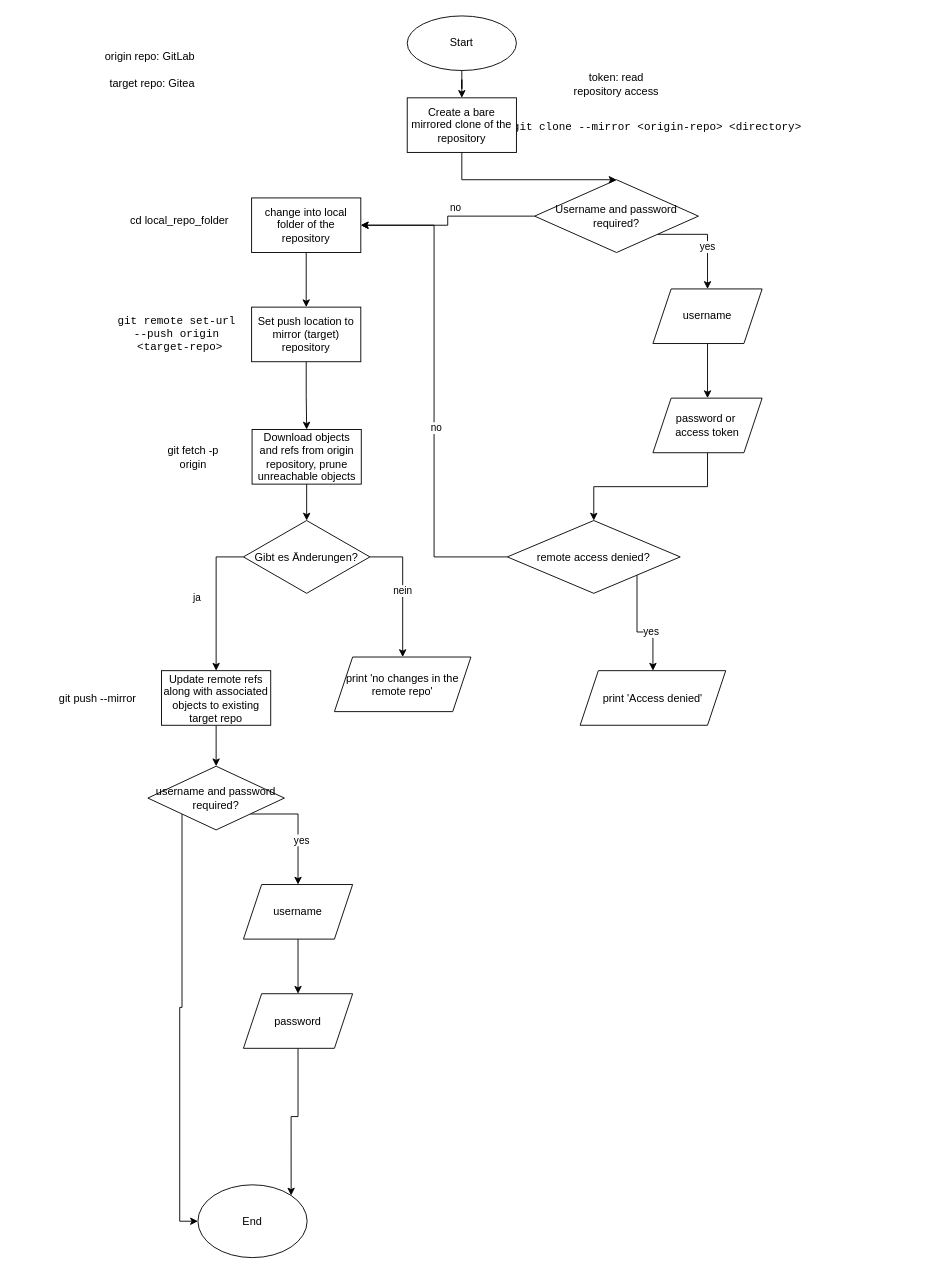
This is flowchart/git-mirror.drawio from raphi-tech/git-mirror, a draw.io file, before an edit. Source tidied: cells renumbered, new cells numbered last; positions are measured from the earlier drawing's top-left corner, leaving out a move shared by most shapes. Both pictures are drawn from the tidied source at 91%, with x=0, y=0 at pixel (52, 15).
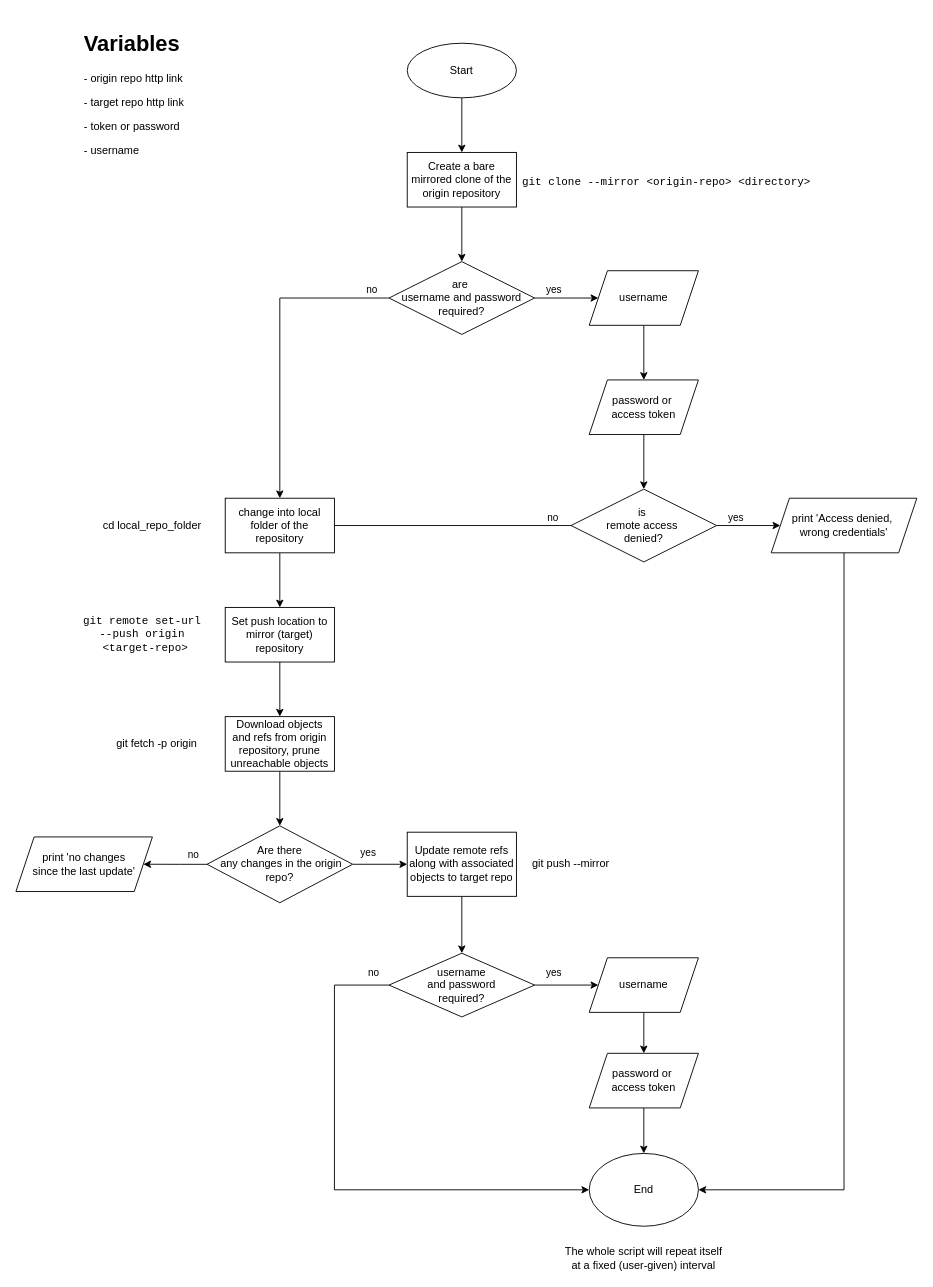
After the change.

The edit, as a diff of the source:
```diff
@@
     <mxCell id="3" value="Start" style="ellipse;whiteSpace=wrap;html=1;" parent="1" vertex="1">
-      <mxGeometry x="390" width="120" height="60" as="geometry" />
+      <mxGeometry x="390" y="30" width="120" height="60" as="geometry" />
     </mxCell>
@@
-    <mxCell id="5" value="Download objects and refs from origin repository, prune unreachable objects" style="rounded=0;whiteSpace=wrap;html=1;" parent="1" vertex="1">
-      <mxGeometry x="219.5" y="454.5" width="120" height="60" as="geometry" />
+    <mxCell id="5" value="&lt;div&gt;Download objects&lt;/div&gt;&lt;div&gt;and refs from origin repository, prune unreachable objects&lt;/div&gt;" style="rounded=0;whiteSpace=wrap;html=1;" parent="1" vertex="1">
+      <mxGeometry x="190" y="770" width="120" height="60" as="geometry" />
     </mxCell>
@@
     <mxCell id="7" value="username" style="shape=parallelogram;perimeter=parallelogramPerimeter;whiteSpace=wrap;html=1;fixedSize=1;" parent="1" vertex="1">
-      <mxGeometry x="660" y="300" width="120" height="60" as="geometry" />
+      <mxGeometry x="590" y="280" width="120" height="60" as="geometry" />
     </mxCell>
-    <mxCell id="8" style="edgeStyle=orthogonalEdgeStyle;rounded=0;jettySize=auto;html=1;entryX=0.5;entryY=0;entryDx=0;entryDy=0;" parent="1" edge="1" source="9" target="14">
+    <mxCell id="8" style="edgeStyle=orthogonalEdgeStyle;rounded=0;jettySize=auto;html=1;" parent="1" edge="1" source="9" target="14">
       <mxGeometry relative="1" as="geometry" />
     </mxCell>
     <mxCell id="9" value="&lt;div&gt;password or&amp;nbsp;&lt;/div&gt;&lt;div&gt;access token&lt;/div&gt;" style="shape=parallelogram;perimeter=parallelogramPerimeter;whiteSpace=wrap;html=1;fixedSize=1;" parent="1" vertex="1">
-      <mxGeometry x="660" y="420" width="120" height="60" as="geometry" />
+      <mxGeometry x="590" y="400" width="120" height="60" as="geometry" />
     </mxCell>
-    <mxCell id="10" style="edgeStyle=orthogonalEdgeStyle;rounded=0;jettySize=auto;html=1;exitX=1;exitY=1;exitDx=0;exitDy=0;" parent="1" edge="1" source="14" target="20">
+    <mxCell id="10" style="edgeStyle=orthogonalEdgeStyle;rounded=0;jettySize=auto;html=1;exitX=1;exitY=0.5;exitDx=0;exitDy=0;" parent="1" edge="1" source="14" target="20">
       <mxGeometry relative="1" as="geometry" />
     </mxCell>
     <mxCell id="11" value="yes" style="edgeLabel;html=1;align=center;verticalAlign=middle;" parent="10" vertex="1">
-      <mxGeometry x="0.26" y="1" relative="1" as="geometry" />
+      <mxGeometry x="0.26" y="1" relative="1" as="geometry">
+        <mxPoint x="-24" y="-9" as="offset" />
+      </mxGeometry>
     </mxCell>
-    <mxCell id="12" style="edgeStyle=orthogonalEdgeStyle;rounded=0;jettySize=auto;html=1;exitX=0;exitY=0.5;exitDx=0;exitDy=0;entryX=1;entryY=0.5;entryDx=0;entryDy=0;" parent="1" edge="1" source="14" target="32">
-      <mxGeometry relative="1" as="geometry" />
+    <mxCell id="12" style="edgeStyle=orthogonalEdgeStyle;rounded=0;jettySize=auto;html=1;exitX=0;exitY=0.5;exitDx=0;exitDy=0;entryX=0.75;entryY=1;entryDx=0;entryDy=0;" parent="1" edge="1" source="14" target="32">
+      <mxGeometry relative="1" as="geometry">
+        <Array as="points">
+          <mxPoint x="280" y="560" />
+        </Array>
+      </mxGeometry>
     </mxCell>
     <mxCell id="13" value="no" style="edgeLabel;html=1;align=center;verticalAlign=middle;" parent="12" vertex="1">
-      <mxGeometry x="-0.15" y="-2" relative="1" as="geometry" />
+      <mxGeometry x="-0.15" y="-2" relative="1" as="geometry">
+        <mxPoint x="115" y="-8" as="offset" />
+      </mxGeometry>
     </mxCell>
-    <mxCell id="14" value="remote access denied?" style="rhombus;whiteSpace=wrap;html=1;" parent="1" vertex="1">
-      <mxGeometry x="500" y="554.5" width="190" height="80" as="geometry" />
+    <mxCell id="14" value="&lt;div&gt;is&amp;nbsp;&lt;/div&gt;&lt;div&gt;remote access&amp;nbsp;&lt;/div&gt;&lt;div&gt;denied?&lt;/div&gt;" style="rhombus;whiteSpace=wrap;html=1;" parent="1" vertex="1">
+      <mxGeometry x="570" y="520" width="160" height="80" as="geometry" />
     </mxCell>
-    <mxCell id="15" style="edgeStyle=orthogonalEdgeStyle;rounded=0;jettySize=auto;html=1;exitX=1;exitY=1;exitDx=0;exitDy=0;" parent="1" edge="1" source="19" target="7">
+    <mxCell id="15" style="edgeStyle=orthogonalEdgeStyle;rounded=0;jettySize=auto;html=1;exitX=1;exitY=0.5;exitDx=0;exitDy=0;entryX=0;entryY=0.5;entryDx=0;entryDy=0;" parent="1" edge="1" source="19" target="7">
       <mxGeometry relative="1" as="geometry">
         <Array as="points">
-          <mxPoint x="720" y="240" />
+          <mxPoint x="600" y="310" />
+          <mxPoint x="600" y="310" />
         </Array>
       </mxGeometry>
     </mxCell>
     <mxCell id="16" value="yes" style="edgeLabel;html=1;align=center;verticalAlign=middle;" parent="15" vertex="1">
-      <mxGeometry x="0.18" y="-1" relative="1" as="geometry" />
+      <mxGeometry x="0.18" y="-1" relative="1" as="geometry">
+        <mxPoint x="-21" y="-11" as="offset" />
+      </mxGeometry>
     </mxCell>
-    <mxCell id="17" style="edgeStyle=orthogonalEdgeStyle;rounded=0;jettySize=auto;html=1;exitX=0;exitY=0.5;exitDx=0;exitDy=0;entryX=1;entryY=0.5;entryDx=0;entryDy=0;" parent="1" edge="1" source="19" target="32">
+    <mxCell id="17" style="edgeStyle=orthogonalEdgeStyle;rounded=0;jettySize=auto;html=1;" parent="1" edge="1" source="19" target="32">
       <mxGeometry relative="1" as="geometry" />
     </mxCell>
-    <mxCell id="18" value="no" style="edgeLabel;html=1;align=center;verticalAlign=middle;" parent="17" vertex="1">
-      <mxGeometry x="-0.21" y="5" relative="1" as="geometry">
-        <mxPoint x="-9" y="-15" as="offset" />
-      </mxGeometry>
-    </mxCell>
+    <mxCell id="51" value="&lt;div&gt;no&lt;/div&gt;" style="edgeLabel;html=1;align=center;verticalAlign=middle;" parent="17" vertex="1">
+      <mxGeometry x="-0.26" y="-1" relative="1" as="geometry">
+        <mxPoint x="101" y="-16" as="offset" />
+      </mxGeometry>
+    </mxCell>
-    <mxCell id="19" value="Username and password required?" style="rhombus;whiteSpace=wrap;html=1;" parent="1" vertex="1">
-      <mxGeometry x="530" y="180" width="180" height="80" as="geometry" />
+    <mxCell id="19" value="&lt;div&gt;are&amp;nbsp;&lt;/div&gt;&lt;div&gt;username and password required?&lt;/div&gt;" style="rhombus;whiteSpace=wrap;html=1;" parent="1" vertex="1">
+      <mxGeometry x="370" y="270" width="160" height="80" as="geometry" />
     </mxCell>
+    <mxCell id="52" style="edgeStyle=orthogonalEdgeStyle;rounded=0;jettySize=auto;html=1;entryX=1;entryY=0.5;entryDx=0;entryDy=0;exitX=0.5;exitY=1;exitDx=0;exitDy=0;" parent="1" edge="1" source="20" target="45">
+      <mxGeometry relative="1" as="geometry">
+        <Array as="points">
+          <mxPoint x="870" y="1290" />
+        </Array>
+      </mxGeometry>
+    </mxCell>
-    <mxCell id="20" value="print 'Access denied'" style="shape=parallelogram;perimeter=parallelogramPerimeter;whiteSpace=wrap;html=1;fixedSize=1;" parent="1" vertex="1">
-      <mxGeometry x="580" y="719.5" width="160" height="60" as="geometry" />
+    <mxCell id="20" value="&lt;div&gt;print 'Access denied,&amp;nbsp;&lt;/div&gt;&lt;div&gt;wrong credentials'&lt;/div&gt;" style="shape=parallelogram;perimeter=parallelogramPerimeter;whiteSpace=wrap;html=1;fixedSize=1;" parent="1" vertex="1">
+      <mxGeometry x="790" y="530" width="160" height="60" as="geometry" />
     </mxCell>
-    <mxCell id="21" value="origin repo: GitLab" style="text;html=1;align=center;verticalAlign=middle;whiteSpace=wrap;rounded=0;" parent="1" vertex="1">
-      <mxGeometry x="40" y="30" width="135" height="30" as="geometry" />
-    </mxCell>
-    <mxCell id="22" value="target repo: Gitea" style="text;html=1;align=center;verticalAlign=middle;whiteSpace=wrap;rounded=0;" parent="1" vertex="1">
-      <mxGeometry x="50" y="60" width="120" height="30" as="geometry" />
-    </mxCell>
     <mxCell id="23" value="git fetch -p origin" style="text;html=1;align=center;verticalAlign=middle;whiteSpace=wrap;rounded=0;" parent="1" vertex="1">
-      <mxGeometry x="110" y="469.5" width="90" height="30" as="geometry" />
+      <mxGeometry x="60" y="785" width="110" height="30" as="geometry" />
     </mxCell>
-    <mxCell id="24" style="edgeStyle=orthogonalEdgeStyle;rounded=0;jettySize=auto;html=1;exitX=0;exitY=0.5;exitDx=0;exitDy=0;entryX=0.5;entryY=0;entryDx=0;entryDy=0;" parent="1" edge="1" source="27" target="35">
-      <mxGeometry relative="1" as="geometry">
-        <Array as="points">
-          <mxPoint x="180" y="594" />
-        </Array>
-      </mxGeometry>
-    </mxCell>
-    <mxCell id="25" value="ja" style="edgeLabel;html=1;align=center;verticalAlign=middle;" parent="24" vertex="1">
-      <mxGeometry x="-0.21" y="-3" relative="1" as="geometry">
-        <mxPoint x="-19" y="13" as="offset" />
-      </mxGeometry>
-    </mxCell>
-    <mxCell id="26" value="nein" style="edgeStyle=orthogonalEdgeStyle;rounded=0;jettySize=auto;html=1;exitX=1;exitY=0.5;exitDx=0;exitDy=0;entryX=0.5;entryY=0;entryDx=0;entryDy=0;" parent="1" edge="1" source="27" target="28">
-      <mxGeometry relative="1" as="geometry" />
+    <mxCell id="26" value="yes" style="edgeStyle=orthogonalEdgeStyle;rounded=0;jettySize=auto;html=1;exitX=1;exitY=0.5;exitDx=0;exitDy=0;entryX=0;entryY=0.5;entryDx=0;entryDy=0;" parent="1" edge="1" source="27" target="35">
+      <mxGeometry x="-0.43" y="12" relative="1" as="geometry" />
     </mxCell>
+    <mxCell id="53" style="edgeStyle=orthogonalEdgeStyle;rounded=0;jettySize=auto;html=1;" parent="1" edge="1" source="27" target="57">
+      <mxGeometry relative="1" as="geometry" />
+    </mxCell>
+    <mxCell id="54" value="no" style="edgeLabel;html=1;align=center;verticalAlign=middle;" parent="53" vertex="1">
+      <mxGeometry x="-0.24" y="-1" relative="1" as="geometry">
+        <mxPoint x="11" y="-10" as="offset" />
+      </mxGeometry>
+    </mxCell>
-    <mxCell id="27" value="Gibt es Änderungen?" style="rhombus;whiteSpace=wrap;html=1;" parent="1" vertex="1">
-      <mxGeometry x="210" y="554.5" width="139" height="80" as="geometry" />
+    <mxCell id="27" value="&lt;div&gt;Are there&lt;/div&gt;&lt;div&gt;&amp;nbsp;any&amp;nbsp;changes in the origin&lt;/div&gt;&lt;div&gt;repo?&lt;/div&gt;" style="rhombus;whiteSpace=wrap;html=1;" parent="1" vertex="1">
+      <mxGeometry x="170" y="890" width="160" height="84.5" as="geometry" />
     </mxCell>
-    <mxCell id="28" value="print 'no changes in the remote repo'" style="shape=parallelogram;perimeter=parallelogramPerimeter;whiteSpace=wrap;html=1;fixedSize=1;" parent="1" vertex="1">
-      <mxGeometry x="310" y="704.5" width="150" height="60" as="geometry" />
-    </mxCell>
@@
     <mxCell id="30" value="Set push location to mirror (target) repository" style="rounded=0;whiteSpace=wrap;html=1;" parent="1" vertex="1">
-      <mxGeometry x="219" y="320" width="120" height="60" as="geometry" />
+      <mxGeometry x="190" y="650" width="120" height="60" as="geometry" />
     </mxCell>
@@
     <mxCell id="32" value="change into local folder of the repository" style="rounded=0;whiteSpace=wrap;html=1;" parent="1" vertex="1">
-      <mxGeometry x="219" y="200" width="120" height="60" as="geometry" />
+      <mxGeometry x="190" y="530" width="120" height="60" as="geometry" />
     </mxCell>
     <mxCell id="33" value="cd local_repo_folder" style="text;html=1;align=center;verticalAlign=middle;whiteSpace=wrap;rounded=0;" parent="1" vertex="1">
-      <mxGeometry x="80" y="210" width="120" height="30" as="geometry" />
+      <mxGeometry x="50" y="545" width="120" height="30" as="geometry" />
     </mxCell>
@@
-    <mxCell id="35" value="Update remote refs along with associated objects to existing target repo" style="rounded=0;whiteSpace=wrap;html=1;" parent="1" vertex="1">
-      <mxGeometry x="120" y="719.5" width="120" height="60" as="geometry" />
+    <mxCell id="35" value="Update remote refs along with associated objects to target repo" style="rounded=0;whiteSpace=wrap;html=1;" parent="1" vertex="1">
+      <mxGeometry x="390" y="897" width="120" height="70.5" as="geometry" />
     </mxCell>
     <mxCell id="36" value="&lt;div&gt;git push --mirror&lt;/div&gt;" style="text;html=1;align=center;verticalAlign=middle;whiteSpace=wrap;rounded=0;" parent="1" vertex="1">
-      <mxGeometry y="734.5" width="100" height="30" as="geometry" />
+      <mxGeometry x="520" y="917.2" width="100" height="30" as="geometry" />
     </mxCell>
-    <mxCell id="37" style="edgeStyle=orthogonalEdgeStyle;rounded=0;jettySize=auto;html=1;exitX=1;exitY=1;exitDx=0;exitDy=0;" parent="1" edge="1" source="40" target="42">
+    <mxCell id="37" style="edgeStyle=orthogonalEdgeStyle;rounded=0;jettySize=auto;html=1;exitX=1;exitY=0.5;exitDx=0;exitDy=0;" parent="1" edge="1" source="40" target="42">
       <mxGeometry relative="1" as="geometry">
         <Array as="points">
-          <mxPoint x="270" y="877.5" />
+          <mxPoint x="570" y="1065" />
+          <mxPoint x="570" y="1065" />
         </Array>
       </mxGeometry>
     </mxCell>
     <mxCell id="38" value="yes" style="edgeLabel;html=1;align=center;verticalAlign=middle;" parent="37" vertex="1">
-      <mxGeometry x="0.25" y="3" relative="1" as="geometry" />
+      <mxGeometry x="0.25" y="3" relative="1" as="geometry">
+        <mxPoint x="-24" y="-12" as="offset" />
+      </mxGeometry>
     </mxCell>
-    <mxCell id="39" style="edgeStyle=orthogonalEdgeStyle;rounded=0;jettySize=auto;html=1;exitX=0;exitY=1;exitDx=0;exitDy=0;entryX=0;entryY=0.5;entryDx=0;entryDy=0;" parent="1" edge="1" source="40" target="45">
-      <mxGeometry relative="1" as="geometry" />
+    <mxCell id="39" style="edgeStyle=orthogonalEdgeStyle;rounded=0;jettySize=auto;html=1;exitX=0;exitY=0.5;exitDx=0;exitDy=0;entryX=0;entryY=0.5;entryDx=0;entryDy=0;" parent="1" edge="1" source="40" target="45">
+      <mxGeometry relative="1" as="geometry">
+        <Array as="points">
+          <mxPoint x="310" y="1065" />
+          <mxPoint x="310" y="1290" />
+        </Array>
+      </mxGeometry>
     </mxCell>
+    <mxCell id="55" value="no" style="edgeLabel;html=1;align=center;verticalAlign=middle;" parent="39" vertex="1">
+      <mxGeometry x="-0.88" y="-2" relative="1" as="geometry">
+        <mxPoint x="16" y="-13" as="offset" />
+      </mxGeometry>
+    </mxCell>
-    <mxCell id="40" value="username and password required?" style="rhombus;whiteSpace=wrap;html=1;" parent="1" vertex="1">
-      <mxGeometry x="105" y="824.5" width="150" height="70" as="geometry" />
+    <mxCell id="40" value="&lt;div&gt;username&lt;/div&gt;&lt;div&gt;and password&lt;/div&gt;&lt;div&gt;required?&lt;/div&gt;" style="rhombus;whiteSpace=wrap;html=1;" parent="1" vertex="1">
+      <mxGeometry x="370" y="1030" width="160" height="70" as="geometry" />
     </mxCell>
@@
     <mxCell id="42" value="username" style="shape=parallelogram;perimeter=parallelogramPerimeter;whiteSpace=wrap;html=1;fixedSize=1;" parent="1" vertex="1">
-      <mxGeometry x="210" y="954.5" width="120" height="60" as="geometry" />
+      <mxGeometry x="590" y="1035" width="120" height="60" as="geometry" />
     </mxCell>
-    <mxCell id="43" style="edgeStyle=orthogonalEdgeStyle;rounded=0;jettySize=auto;html=1;entryX=1;entryY=0;entryDx=0;entryDy=0;" parent="1" edge="1" source="44" target="45">
+    <mxCell id="43" style="edgeStyle=orthogonalEdgeStyle;rounded=0;jettySize=auto;html=1;entryX=0.5;entryY=0;entryDx=0;entryDy=0;exitX=0.5;exitY=1;exitDx=0;exitDy=0;" parent="1" edge="1" source="44" target="45">
       <mxGeometry relative="1" as="geometry" />
     </mxCell>
-    <mxCell id="44" value="password" style="shape=parallelogram;perimeter=parallelogramPerimeter;whiteSpace=wrap;html=1;fixedSize=1;" parent="1" vertex="1">
-      <mxGeometry x="210" y="1074.5" width="120" height="60" as="geometry" />
+    <mxCell id="44" value="&lt;div&gt;password or&amp;nbsp;&lt;/div&gt;&lt;div&gt;access token&lt;/div&gt;" style="shape=parallelogram;perimeter=parallelogramPerimeter;whiteSpace=wrap;html=1;fixedSize=1;" parent="1" vertex="1">
+      <mxGeometry x="590" y="1140" width="120" height="60" as="geometry" />
     </mxCell>
     <mxCell id="45" value="End" style="ellipse;whiteSpace=wrap;html=1;" parent="1" vertex="1">
-      <mxGeometry x="160" y="1284.5" width="120" height="80" as="geometry" />
+      <mxGeometry x="590" y="1250" width="120" height="80" as="geometry" />
     </mxCell>
     <mxCell id="46" value="&lt;pre&gt;&lt;code class=&quot;hljs language-shell&quot;&gt;git clone --mirror &amp;lt;origin-repo&amp;gt; &lt;/code&gt;&amp;lt;directory&amp;gt;&lt;/pre&gt;" style="text;html=1;align=center;verticalAlign=middle;whiteSpace=wrap;rounded=0;" parent="1" vertex="1">
-      <mxGeometry x="520" y="95" width="290" height="55" as="geometry" />
+      <mxGeometry x="530" y="155" width="290" height="55" as="geometry" />
     </mxCell>
@@
-    <mxCell id="48" value="Create a bare mirrored clone of the repository" style="rounded=0;whiteSpace=wrap;html=1;" parent="1" vertex="1">
-      <mxGeometry x="390" y="90" width="120" height="60" as="geometry" />
+    <mxCell id="48" value="Create a bare mirrored clone of the origin repository" style="rounded=0;whiteSpace=wrap;html=1;" parent="1" vertex="1">
+      <mxGeometry x="390" y="150" width="120" height="60" as="geometry" />
     </mxCell>
-    <mxCell id="49" value="token: read repository access" style="text;html=1;align=center;verticalAlign=middle;whiteSpace=wrap;rounded=0;" parent="1" vertex="1">
-      <mxGeometry x="570" y="60" width="100" height="30" as="geometry" />
-    </mxCell>
     <mxCell id="50" value="&lt;pre&gt;&lt;code class=&quot;hljs language-shell&quot;&gt;git remote set-url &lt;br&gt;--push origin &lt;br&gt;&amp;lt;target-repo&amp;gt;&lt;/code&gt;&lt;/pre&gt;" style="text;html=1;align=center;verticalAlign=middle;whiteSpace=wrap;rounded=0;" parent="1" vertex="1">
-      <mxGeometry x="67.5" y="325" width="145" height="50" as="geometry" />
+      <mxGeometry x="35" y="655" width="135" height="50" as="geometry" />
     </mxCell>
+    <mxCell id="56" value="&lt;h1 style=&quot;margin-top: 0px;&quot;&gt;Variables&lt;/h1&gt;&lt;p&gt;- origin repo http link&lt;/p&gt;&lt;p&gt;- target repo http link&lt;/p&gt;&lt;p&gt;- token or password&lt;/p&gt;&lt;p&gt;- username&lt;/p&gt;" style="text;html=1;whiteSpace=wrap;overflow=hidden;rounded=0;" parent="1" vertex="1">
+      <mxGeometry x="32.5" y="10" width="177.5" height="150" as="geometry" />
+    </mxCell>
+    <mxCell id="57" value="&lt;div&gt;print 'no changes&lt;/div&gt;&lt;div&gt;since the last update'&lt;/div&gt;" style="shape=parallelogram;perimeter=parallelogramPerimeter;whiteSpace=wrap;html=1;fixedSize=1;" parent="1" vertex="1">
+      <mxGeometry x="-40" y="902.2" width="150" height="60" as="geometry" />
+    </mxCell>
+    <mxCell id="58" value="The whole script will repeat itself at a fixed (user-given) interval" style="text;html=1;align=center;verticalAlign=middle;whiteSpace=wrap;rounded=0;" parent="1" vertex="1">
+      <mxGeometry x="560" y="1350" width="180" height="30" as="geometry" />
+    </mxCell>
```
